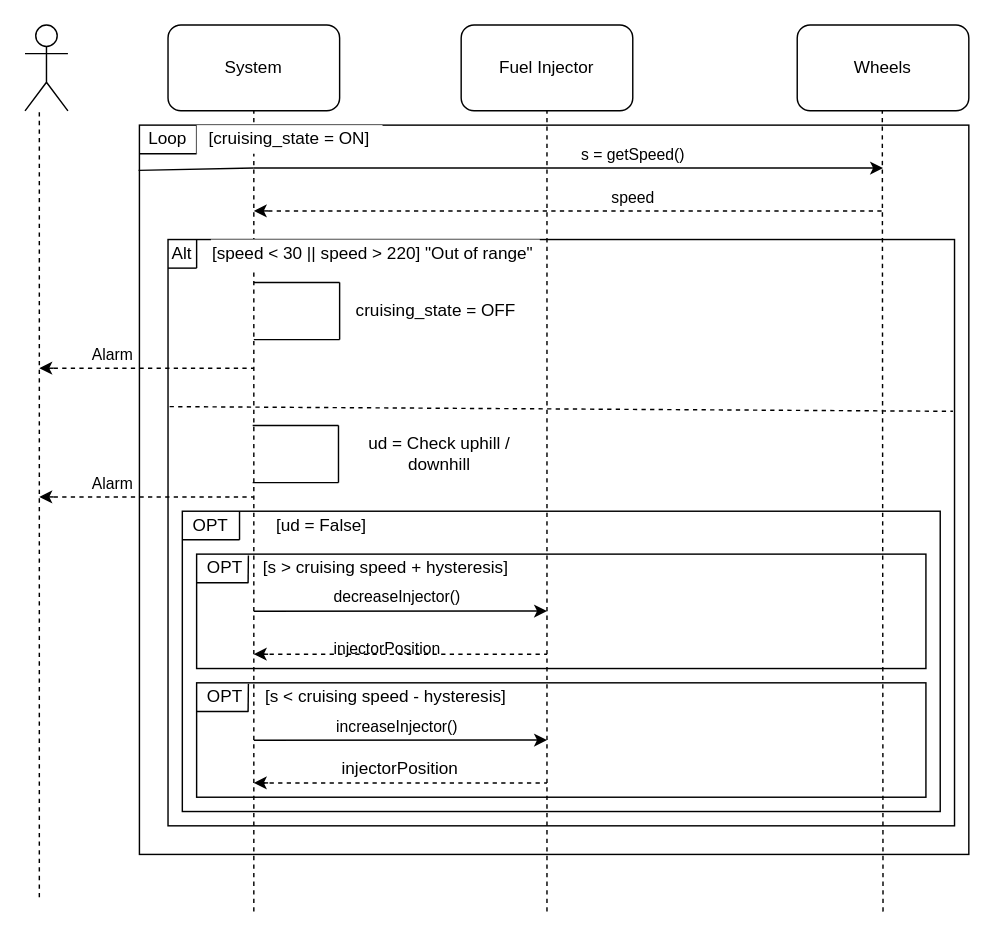
This is Keep_Cruising.drawio from PashaJ23/sandbox-area, a draw.io file, before an edit. Source tidied: cells renumbered, new cells numbered last; positions are measured from the earlier drawing's top-left corner, leaving out a move shared by most shapes. Both pictures are drawn from the tidied source at 143%, with x=0, y=0 at pixel (24, 24).
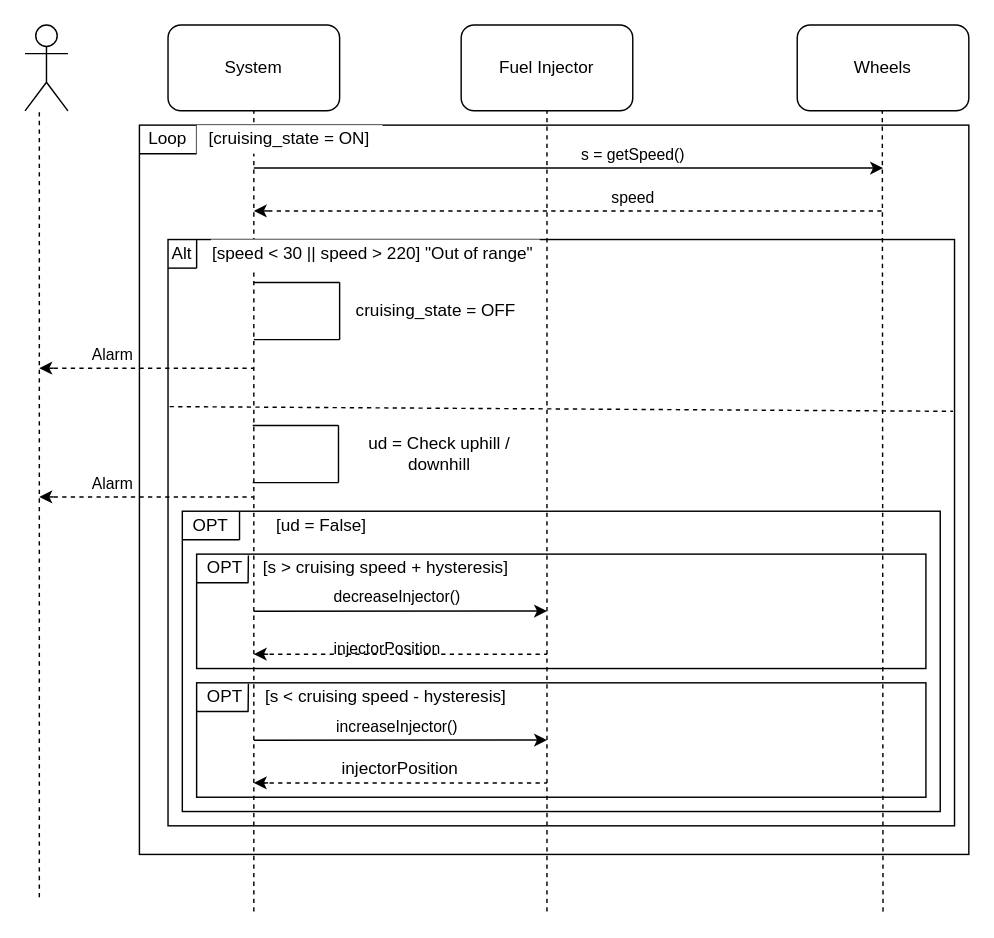
The same page after the edit.

The change refers to these unchanged cells:
```xml
<mxCell id="2" style="rounded=0;whiteSpace=wrap;html=1;glass=0;shadow=0;sketch=0;fillColor=none;labelBackgroundColor=none;" parent="1" vertex="1">
  <mxGeometry x="80" y="70" width="580" height="510" as="geometry" />
</mxCell>
```

What changed in the source:
```diff
@@
-    <mxCell id="34" style="endArrow=none;html=1;exitX=-0.001;exitY=0.062;exitDx=0;exitDy=0;exitPerimeter=0;" parent="1" edge="1" source="2">
+    <mxCell id="34" style="endArrow=none;html=1;" parent="1" edge="1">
       <mxGeometry relative="1" as="geometry">
+        <mxPoint x="160" y="100" as="sourcePoint" />
         <mxPoint x="160" y="100" as="targetPoint" />
       </mxGeometry>
     </mxCell>
```
